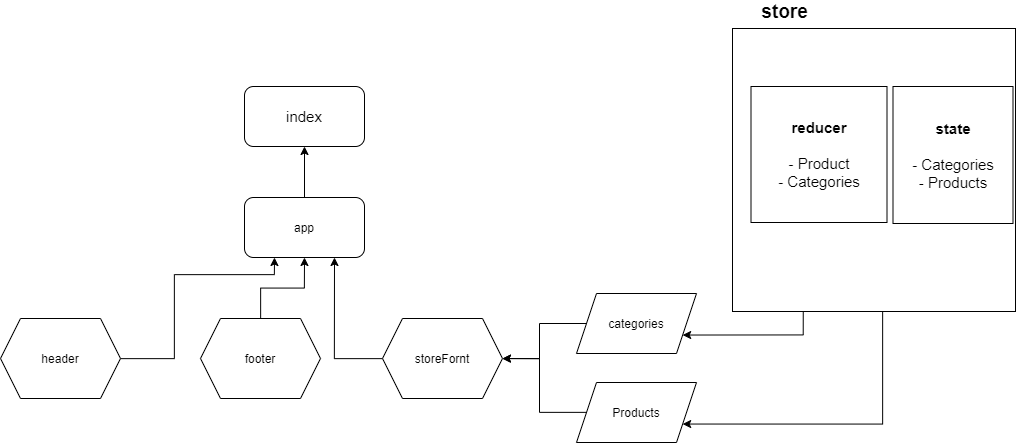
Above: uml.png in MousaSbbah/storefront (draw.io), before the change. Source tidied: cells renumbered, new cells last; positions are measured from the earlier drawing's top-left corner, leaving out a move shared by most shapes. Source of this version:
```xml
<mxGraphModel background="#ffffff">
  <root>
    <mxCell id="0" />
    <mxCell id="1" parent="0" />
    <mxCell id="2" style="edgeStyle=orthogonalEdgeStyle;rounded=0;jettySize=auto;html=1;exitX=0.25;exitY=1;exitDx=0;exitDy=0;entryX=1;entryY=0.75;entryDx=0;entryDy=0;" parent="1" edge="1" source="4" target="18">
      <mxGeometry relative="1" as="geometry" />
    </mxCell>
    <mxCell id="3" style="edgeStyle=orthogonalEdgeStyle;rounded=0;jettySize=auto;html=1;entryX=1;entryY=0.75;entryDx=0;entryDy=0;" parent="1" edge="1" source="4" target="20">
      <mxGeometry relative="1" as="geometry">
        <Array as="points">
          <mxPoint x="882" y="423" />
        </Array>
      </mxGeometry>
    </mxCell>
    <mxCell id="4" style="whiteSpace=wrap;html=1;gradientColor=#ffffff;" parent="1" vertex="1">
      <mxGeometry x="732" y="27" width="283" height="283" as="geometry" />
    </mxCell>
    <mxCell id="5" value="&lt;font style=&quot;font-size: 19px&quot;&gt;&lt;b&gt;store&lt;/b&gt;&lt;/font&gt;" style="text;html=1;align=center;verticalAlign=middle;strokeColor=none;" parent="1" vertex="1">
      <mxGeometry x="756" width="56" height="20" as="geometry" />
    </mxCell>
    <mxCell id="6" value="&lt;font style=&quot;font-size: 15px&quot;&gt;&lt;b&gt;reducer&lt;br&gt;&lt;/b&gt;&lt;br&gt;- Product&lt;br&gt;- Categories&lt;/font&gt;" style="whiteSpace=wrap;html=1;gradientColor=#ffffff;" parent="1" vertex="1">
      <mxGeometry x="750.5" y="85" width="136" height="136" as="geometry" />
    </mxCell>
    <mxCell id="7" value="&lt;font style=&quot;font-size: 15px&quot;&gt;&lt;b&gt;state&lt;/b&gt;&lt;br&gt;&lt;br&gt;- Categories&lt;br&gt;- Products&lt;/font&gt;" style="rounded=0;whiteSpace=wrap;html=1;gradientColor=#ffffff;" parent="1" vertex="1">
      <mxGeometry x="892.5" y="85" width="120" height="137" as="geometry" />
    </mxCell>
    <mxCell id="8" style="edgeStyle=orthogonalEdgeStyle;rounded=0;jettySize=auto;html=1;entryX=0.75;entryY=1;entryDx=0;entryDy=0;" parent="1" edge="1" source="9" target="15">
      <mxGeometry relative="1" as="geometry" />
    </mxCell>
    <mxCell id="9" value="storeFornt" style="shape=hexagon;perimeter=hexagonPerimeter2;whiteSpace=wrap;html=1;fixedSize=1;gradientColor=#ffffff;" parent="1" vertex="1">
      <mxGeometry x="382" y="317" width="120" height="80" as="geometry" />
    </mxCell>
    <mxCell id="10" style="edgeStyle=orthogonalEdgeStyle;rounded=0;jettySize=auto;html=1;entryX=0.5;entryY=1;entryDx=0;entryDy=0;" parent="1" edge="1" source="11" target="15">
      <mxGeometry relative="1" as="geometry" />
    </mxCell>
    <mxCell id="11" value="footer" style="shape=hexagon;perimeter=hexagonPerimeter2;whiteSpace=wrap;html=1;fixedSize=1;gradientColor=#ffffff;" parent="1" vertex="1">
      <mxGeometry x="200" y="317" width="120" height="80" as="geometry" />
    </mxCell>
    <mxCell id="12" style="edgeStyle=orthogonalEdgeStyle;rounded=0;jettySize=auto;html=1;entryX=0.25;entryY=1;entryDx=0;entryDy=0;" parent="1" edge="1" source="13" target="15">
      <mxGeometry relative="1" as="geometry">
        <Array as="points">
          <mxPoint x="174" y="357" />
          <mxPoint x="174" y="273" />
          <mxPoint x="274" y="273" />
        </Array>
      </mxGeometry>
    </mxCell>
    <mxCell id="13" value="header" style="shape=hexagon;perimeter=hexagonPerimeter2;whiteSpace=wrap;html=1;fixedSize=1;gradientColor=#ffffff;" parent="1" vertex="1">
      <mxGeometry y="317" width="120" height="80" as="geometry" />
    </mxCell>
    <mxCell id="14" style="edgeStyle=orthogonalEdgeStyle;rounded=0;jettySize=auto;html=1;entryX=0.5;entryY=1;entryDx=0;entryDy=0;" parent="1" edge="1" source="15" target="16">
      <mxGeometry relative="1" as="geometry" />
    </mxCell>
    <mxCell id="15" value="app" style="rounded=1;whiteSpace=wrap;html=1;gradientColor=#ffffff;" parent="1" vertex="1">
      <mxGeometry x="244" y="196" width="120" height="60" as="geometry" />
    </mxCell>
    <mxCell id="16" value="&lt;font style=&quot;font-size: 15px&quot;&gt;index&lt;/font&gt;" style="rounded=1;whiteSpace=wrap;html=1;gradientColor=#ffffff;" parent="1" vertex="1">
      <mxGeometry x="244" y="85" width="120" height="60" as="geometry" />
    </mxCell>
    <mxCell id="17" style="edgeStyle=orthogonalEdgeStyle;rounded=0;jettySize=auto;html=1;entryX=1;entryY=0.5;entryDx=0;entryDy=0;" parent="1" edge="1" source="18" target="9">
      <mxGeometry relative="1" as="geometry" />
    </mxCell>
    <mxCell id="18" value="categories" style="shape=parallelogram;perimeter=parallelogramPerimeter;whiteSpace=wrap;html=1;fixedSize=1;gradientColor=#ffffff;" parent="1" vertex="1">
      <mxGeometry x="576" y="292" width="120" height="60" as="geometry" />
    </mxCell>
    <mxCell id="19" style="edgeStyle=orthogonalEdgeStyle;rounded=0;jettySize=auto;html=1;" parent="1" edge="1" source="20" target="9">
      <mxGeometry relative="1" as="geometry" />
    </mxCell>
    <mxCell id="20" value="Products" style="shape=parallelogram;perimeter=parallelogramPerimeter;whiteSpace=wrap;html=1;fixedSize=1;gradientColor=#ffffff;" parent="1" vertex="1">
      <mxGeometry x="576" y="381" width="120" height="60" as="geometry" />
    </mxCell>
  </root>
</mxGraphModel>
```
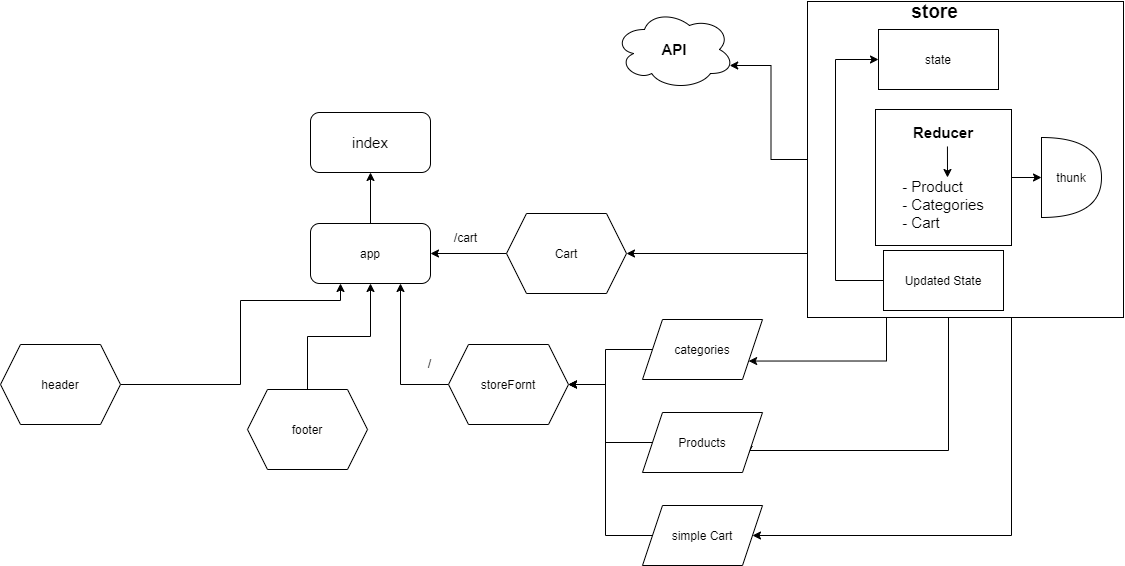
The same diagram one commit later.

Change to the diagram source:
```diff
@@ -3,7 +3,11 @@
     <mxCell id="0" />
     <mxCell id="1" parent="0" />
     <mxCell id="2" style="edgeStyle=orthogonalEdgeStyle;rounded=0;jettySize=auto;html=1;exitX=0.25;exitY=1;exitDx=0;exitDy=0;entryX=1;entryY=0.75;entryDx=0;entryDy=0;" parent="1" edge="1" source="4" target="18">
-      <mxGeometry relative="1" as="geometry" />
+      <mxGeometry relative="1" as="geometry">
+        <Array as="points">
+          <mxPoint x="820" y="334" />
+        </Array>
+      </mxGeometry>
     </mxCell>
     <mxCell id="3" style="edgeStyle=orthogonalEdgeStyle;rounded=0;jettySize=auto;html=1;entryX=1;entryY=0.75;entryDx=0;entryDy=0;" parent="1" edge="1" source="4" target="20">
       <mxGeometry relative="1" as="geometry">
@@ -12,18 +16,35 @@
         </Array>
       </mxGeometry>
     </mxCell>
+    <mxCell id="21" style="edgeStyle=orthogonalEdgeStyle;rounded=0;jettySize=auto;html=1;entryX=0.96;entryY=0.7;entryDx=0;entryDy=0;entryPerimeter=0;" parent="1" edge="1" source="4" target="30">
+      <mxGeometry relative="1" as="geometry" />
+    </mxCell>
+    <mxCell id="22" style="edgeStyle=orthogonalEdgeStyle;rounded=0;jettySize=auto;html=1;entryX=1;entryY=0.5;entryDx=0;entryDy=0;" parent="1" edge="1" source="4" target="32">
+      <mxGeometry relative="1" as="geometry">
+        <Array as="points">
+          <mxPoint x="945" y="508" />
+        </Array>
+      </mxGeometry>
+    </mxCell>
+    <mxCell id="23" style="edgeStyle=orthogonalEdgeStyle;rounded=0;jettySize=auto;html=1;exitX=0;exitY=0.75;exitDx=0;exitDy=0;entryX=1;entryY=0.5;entryDx=0;entryDy=0;" parent="1" edge="1" source="4" target="34">
+      <mxGeometry relative="1" as="geometry">
+        <Array as="points">
+          <mxPoint x="741" y="226" />
+        </Array>
+      </mxGeometry>
+    </mxCell>
     <mxCell id="4" style="whiteSpace=wrap;html=1;gradientColor=#ffffff;" parent="1" vertex="1">
-      <mxGeometry x="732" y="27" width="283" height="283" as="geometry" />
+      <mxGeometry x="741" y="-26" width="316" height="316" as="geometry" />
     </mxCell>
     <mxCell id="5" value="&lt;font style=&quot;font-size: 19px&quot;&gt;&lt;b&gt;store&lt;/b&gt;&lt;/font&gt;" style="text;html=1;align=center;verticalAlign=middle;strokeColor=none;" parent="1" vertex="1">
-      <mxGeometry x="756" width="56" height="20" as="geometry" />
+      <mxGeometry x="840" y="-26" width="56" height="20" as="geometry" />
     </mxCell>
+    <mxCell id="24" style="edgeStyle=orthogonalEdgeStyle;rounded=0;jettySize=auto;html=1;entryX=0;entryY=0.5;entryDx=0;entryDy=0;entryPerimeter=0;" parent="1" edge="1" source="6" target="26">
+      <mxGeometry relative="1" as="geometry" />
+    </mxCell>
-    <mxCell id="6" value="&lt;font style=&quot;font-size: 15px&quot;&gt;&lt;b&gt;reducer&lt;br&gt;&lt;/b&gt;&lt;br&gt;- Product&lt;br&gt;- Categories&lt;/font&gt;" style="whiteSpace=wrap;html=1;gradientColor=#ffffff;" parent="1" vertex="1">
-      <mxGeometry x="750.5" y="85" width="136" height="136" as="geometry" />
+    <mxCell id="6" value="&lt;font style=&quot;font-size: 15px&quot;&gt;&lt;b&gt;Reducer&lt;br&gt;&lt;br&gt;&lt;/b&gt;&lt;br&gt;&lt;div style=&quot;text-align: left&quot;&gt;&lt;span&gt;- Product&amp;nbsp;&lt;/span&gt;&lt;/div&gt;&lt;div style=&quot;text-align: left&quot;&gt;&lt;span&gt;- Categories&lt;/span&gt;&lt;/div&gt;&lt;div style=&quot;text-align: left&quot;&gt;&lt;span&gt;- Cart&lt;/span&gt;&lt;/div&gt;&lt;/font&gt;" style="whiteSpace=wrap;html=1;gradientColor=#ffffff;" parent="1" vertex="1">
+      <mxGeometry x="809" y="82" width="136" height="136" as="geometry" />
     </mxCell>
-    <mxCell id="7" value="&lt;font style=&quot;font-size: 15px&quot;&gt;&lt;b&gt;state&lt;/b&gt;&lt;br&gt;&lt;br&gt;- Categories&lt;br&gt;- Products&lt;/font&gt;" style="rounded=0;whiteSpace=wrap;html=1;gradientColor=#ffffff;" parent="1" vertex="1">
-      <mxGeometry x="892.5" y="85" width="120" height="137" as="geometry" />
-    </mxCell>
     <mxCell id="8" style="edgeStyle=orthogonalEdgeStyle;rounded=0;jettySize=auto;html=1;entryX=0.75;entryY=1;entryDx=0;entryDy=0;" parent="1" edge="1" source="9" target="15">
       <mxGeometry relative="1" as="geometry" />
     </mxCell>
@@ -34,7 +55,7 @@
       <mxGeometry relative="1" as="geometry" />
     </mxCell>
     <mxCell id="11" value="footer" style="shape=hexagon;perimeter=hexagonPerimeter2;whiteSpace=wrap;html=1;fixedSize=1;gradientColor=#ffffff;" parent="1" vertex="1">
-      <mxGeometry x="200" y="317" width="120" height="80" as="geometry" />
+      <mxGeometry x="181" y="362" width="120" height="80" as="geometry" />
     </mxCell>
     <mxCell id="12" style="edgeStyle=orthogonalEdgeStyle;rounded=0;jettySize=auto;html=1;entryX=0.25;entryY=1;entryDx=0;entryDy=0;" parent="1" edge="1" source="13" target="15">
       <mxGeometry relative="1" as="geometry">
@@ -46,7 +67,7 @@
       </mxGeometry>
     </mxCell>
     <mxCell id="13" value="header" style="shape=hexagon;perimeter=hexagonPerimeter2;whiteSpace=wrap;html=1;fixedSize=1;gradientColor=#ffffff;" parent="1" vertex="1">
-      <mxGeometry y="317" width="120" height="80" as="geometry" />
+      <mxGeometry x="-66" y="317" width="120" height="80" as="geometry" />
     </mxCell>
     <mxCell id="14" style="edgeStyle=orthogonalEdgeStyle;rounded=0;jettySize=auto;html=1;entryX=0.5;entryY=1;entryDx=0;entryDy=0;" parent="1" edge="1" source="15" target="16">
       <mxGeometry relative="1" as="geometry" />
@@ -67,7 +88,50 @@
       <mxGeometry relative="1" as="geometry" />
     </mxCell>
     <mxCell id="20" value="Products" style="shape=parallelogram;perimeter=parallelogramPerimeter;whiteSpace=wrap;html=1;fixedSize=1;gradientColor=#ffffff;" parent="1" vertex="1">
-      <mxGeometry x="576" y="381" width="120" height="60" as="geometry" />
+      <mxGeometry x="576" y="385" width="120" height="60" as="geometry" />
     </mxCell>
+    <mxCell id="25" value="state" style="rounded=0;whiteSpace=wrap;html=1;" parent="1" vertex="1">
+      <mxGeometry x="812" y="2" width="120" height="60" as="geometry" />
+    </mxCell>
+    <mxCell id="26" value="thunk" style="shape=or;whiteSpace=wrap;html=1;" parent="1" vertex="1">
+      <mxGeometry x="975" y="110" width="60" height="80" as="geometry" />
+    </mxCell>
+    <mxCell id="27" style="endArrow=classic;html=1;exitX=0.529;exitY=0.272;exitDx=0;exitDy=0;exitPerimeter=0;" parent="1" edge="1" source="6">
+      <mxGeometry relative="1" as="geometry">
+        <mxPoint x="881" y="150" as="targetPoint" />
+      </mxGeometry>
+    </mxCell>
+    <mxCell id="28" style="edgeStyle=orthogonalEdgeStyle;rounded=0;jettySize=auto;html=1;" parent="1" edge="1" source="29" target="25">
+      <mxGeometry relative="1" as="geometry">
+        <Array as="points">
+          <mxPoint x="769" y="253" />
+          <mxPoint x="769" y="32" />
+        </Array>
+      </mxGeometry>
+    </mxCell>
+    <mxCell id="29" value="Updated State" style="rounded=0;whiteSpace=wrap;html=1;" parent="1" vertex="1">
+      <mxGeometry x="817" y="223" width="120" height="60" as="geometry" />
+    </mxCell>
+    <mxCell id="30" value="&lt;b&gt;&lt;font style=&quot;font-size: 15px&quot;&gt;API&lt;/font&gt;&lt;/b&gt;" style="ellipse;shape=cloud;whiteSpace=wrap;html=1;" parent="1" vertex="1">
+      <mxGeometry x="548" y="-18" width="120" height="80" as="geometry" />
+    </mxCell>
+    <mxCell id="31" style="edgeStyle=orthogonalEdgeStyle;rounded=0;jettySize=auto;html=1;entryX=1;entryY=0.5;entryDx=0;entryDy=0;" parent="1" edge="1" source="32" target="9">
+      <mxGeometry relative="1" as="geometry" />
+    </mxCell>
+    <mxCell id="32" value="simple Cart" style="shape=parallelogram;perimeter=parallelogramPerimeter;whiteSpace=wrap;html=1;fixedSize=1;gradientColor=#ffffff;" parent="1" vertex="1">
+      <mxGeometry x="576" y="478" width="120" height="60" as="geometry" />
+    </mxCell>
+    <mxCell id="33" style="edgeStyle=orthogonalEdgeStyle;rounded=0;jettySize=auto;html=1;entryX=1;entryY=0.5;entryDx=0;entryDy=0;" parent="1" edge="1" source="34" target="15">
+      <mxGeometry relative="1" as="geometry" />
+    </mxCell>
+    <mxCell id="34" value="Cart" style="shape=hexagon;perimeter=hexagonPerimeter2;whiteSpace=wrap;html=1;fixedSize=1;gradientColor=#ffffff;" parent="1" vertex="1">
+      <mxGeometry x="440" y="186" width="120" height="80" as="geometry" />
+    </mxCell>
+    <mxCell id="35" value="/cart" style="text;html=1;align=center;verticalAlign=middle;strokeColor=none;" parent="1" vertex="1">
+      <mxGeometry x="382" y="201" width="33" height="18" as="geometry" />
+    </mxCell>
+    <mxCell id="36" value="/" style="text;html=1;align=center;verticalAlign=middle;strokeColor=none;" parent="1" vertex="1">
+      <mxGeometry x="356" y="327" width="13" height="18" as="geometry" />
+    </mxCell>
   </root>
 </mxGraphModel>
```
